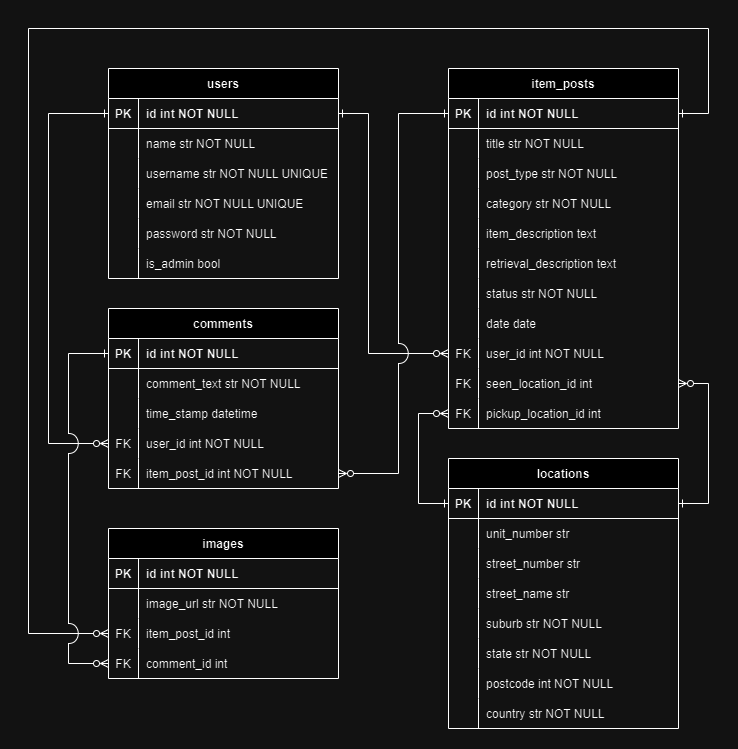
The draw.io diagram docs/images/ERD.png in deandresugandhi/DeandreSugandhi_T2A2, before a commit. Source tidied: cells renumbered, new cells last; positions are measured from the earlier drawing's top-left corner, leaving out a move shared by most shapes.
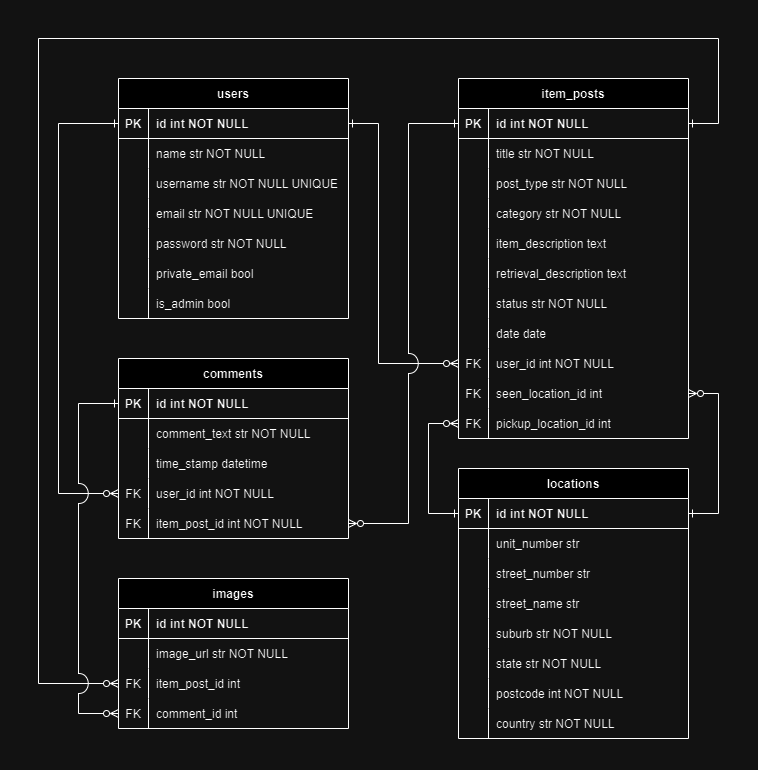
Above is the later version.

What changed in the source:
```diff
@@ -105,7 +105,7 @@
       <mxGeometry x="30" width="200" height="30" as="geometry" />
     </mxCell>
     <mxCell id="36" value="users" style="shape=table;startSize=30;rowLines=0;fontStyle=1;align=center;" parent="1" vertex="1">
-      <mxGeometry x="80" y="40" width="230" height="210" as="geometry" />
+      <mxGeometry x="80" y="40" width="230" height="240" as="geometry" />
     </mxCell>
     <mxCell id="37" style="shape=partialRectangle;fillColor=none;points=[[0,0.5],[1,0.5]];portConstraint=eastwest;top=0;left=0;right=0;bottom=1;" parent="36" vertex="1">
       <mxGeometry y="30" width="230" height="30" as="geometry" />
@@ -143,17 +143,26 @@
     <mxCell id="48" value="email str NOT NULL UNIQUE" style="shape=partialRectangle;overflow=hidden;fillColor=none;top=0;left=0;bottom=0;right=0;align=left;spacingLeft=6;" parent="46" vertex="1">
       <mxGeometry x="30" width="200" height="30" as="geometry" />
     </mxCell>
+    <mxCell id="116" style="shape=partialRectangle;fillColor=none;top=0;left=0;right=0;bottom=0;" parent="36" vertex="1">
+      <mxGeometry y="150" width="230" height="30" as="geometry" />
+    </mxCell>
+    <mxCell id="117" style="shape=partialRectangle;overflow=hidden;fillColor=none;top=0;left=0;bottom=0;right=0;" parent="116" vertex="1">
+      <mxGeometry width="30" height="30" as="geometry" />
+    </mxCell>
+    <mxCell id="118" value="password str NOT NULL" style="shape=partialRectangle;overflow=hidden;fillColor=none;top=0;left=0;bottom=0;right=0;align=left;spacingLeft=6;" parent="116" vertex="1">
+      <mxGeometry x="30" width="200" height="30" as="geometry" />
+    </mxCell>
     <mxCell id="49" style="shape=partialRectangle;fillColor=none;top=0;left=0;right=0;bottom=0;" parent="36" vertex="1">
-      <mxGeometry y="150" width="230" height="30" as="geometry" />
+      <mxGeometry y="180" width="230" height="30" as="geometry" />
     </mxCell>
     <mxCell id="50" style="shape=partialRectangle;overflow=hidden;fillColor=none;top=0;left=0;bottom=0;right=0;" parent="49" vertex="1">
       <mxGeometry width="30" height="30" as="geometry" />
     </mxCell>
-    <mxCell id="51" value="password str NOT NULL" style="shape=partialRectangle;overflow=hidden;fillColor=none;top=0;left=0;bottom=0;right=0;align=left;spacingLeft=6;" parent="49" vertex="1">
+    <mxCell id="51" value="private_email bool" style="shape=partialRectangle;overflow=hidden;fillColor=none;top=0;left=0;bottom=0;right=0;align=left;spacingLeft=6;" parent="49" vertex="1">
       <mxGeometry x="30" width="200" height="30" as="geometry" />
     </mxCell>
     <mxCell id="52" style="shape=partialRectangle;fillColor=none;top=0;left=0;right=0;bottom=0;" parent="36" vertex="1">
-      <mxGeometry y="180" width="230" height="30" as="geometry" />
+      <mxGeometry y="210" width="230" height="30" as="geometry" />
     </mxCell>
     <mxCell id="53" style="shape=partialRectangle;overflow=hidden;fillColor=none;top=0;left=0;bottom=0;right=0;" parent="52" vertex="1">
       <mxGeometry width="30" height="30" as="geometry" />
@@ -162,7 +171,7 @@
       <mxGeometry x="30" width="200" height="30" as="geometry" />
     </mxCell>
     <mxCell id="55" value="comments" style="shape=table;startSize=30;rowLines=0;fontStyle=1;align=center;" parent="1" vertex="1">
-      <mxGeometry x="80" y="280" width="230" height="180" as="geometry" />
+      <mxGeometry x="80" y="320" width="230" height="180" as="geometry" />
     </mxCell>
     <mxCell id="56" style="shape=partialRectangle;fillColor=none;points=[[0,0.5],[1,0.5]];portConstraint=eastwest;top=0;left=0;right=0;bottom=1;" parent="55" vertex="1">
       <mxGeometry y="30" width="230" height="30" as="geometry" />
@@ -210,7 +219,7 @@
       <mxGeometry x="30" width="200" height="30" as="geometry" />
     </mxCell>
     <mxCell id="71" value="images" style="shape=table;startSize=30;rowLines=0;fontStyle=1;align=center;" parent="1" vertex="1">
-      <mxGeometry x="80" y="500" width="230" height="150" as="geometry" />
+      <mxGeometry x="80" y="540" width="230" height="150" as="geometry" />
     </mxCell>
     <mxCell id="72" style="shape=partialRectangle;fillColor=none;top=0;left=0;right=0;bottom=1;" parent="71" vertex="1">
       <mxGeometry y="30" width="230" height="30" as="geometry" />
@@ -327,7 +336,7 @@
       <mxGeometry relative="1" as="geometry">
         <Array as="points">
           <mxPoint x="20" y="85" />
-          <mxPoint x="20" y="415" />
+          <mxPoint x="20" y="455" />
         </Array>
       </mxGeometry>
     </mxCell>
@@ -343,7 +352,7 @@
       <mxGeometry relative="1" as="geometry">
         <Array as="points">
           <mxPoint x="370" y="85" />
-          <mxPoint x="370" y="445" />
+          <mxPoint x="370" y="485" />
         </Array>
       </mxGeometry>
     </mxCell>
@@ -369,15 +378,15 @@
           <mxPoint x="680" y="85" />
           <mxPoint x="680" />
           <mxPoint />
-          <mxPoint y="605" />
+          <mxPoint y="645" />
         </Array>
       </mxGeometry>
     </mxCell>
-    <mxCell id="115" style="edgeStyle=orthogonalEdgeStyle;rounded=0;jettySize=auto;html=1;exitX=0;exitY=0.5;exitDx=0;exitDy=0;entryX=0;entryY=0.5;entryDx=0;entryDy=0;startArrow=ERone;startFill=0;endArrow=ERzeroToMany;endFill=0;jumpStyle=arc;jumpSize=20;" parent="1" edge="1" source="56" target="81">
+    <mxCell id="115" style="edgeStyle=orthogonalEdgeStyle;rounded=0;jettySize=auto;html=1;entryX=0;entryY=0.5;entryDx=0;entryDy=0;startArrow=ERone;startFill=0;endArrow=ERzeroToMany;endFill=0;jumpStyle=arc;jumpSize=20;exitX=0;exitY=0.5;exitDx=0;exitDy=0;" parent="1" edge="1" source="56" target="81">
       <mxGeometry relative="1" as="geometry">
         <Array as="points">
-          <mxPoint x="40" y="325" />
-          <mxPoint x="40" y="635" />
+          <mxPoint x="40" y="365" />
+          <mxPoint x="40" y="675" />
         </Array>
       </mxGeometry>
     </mxCell>
```
